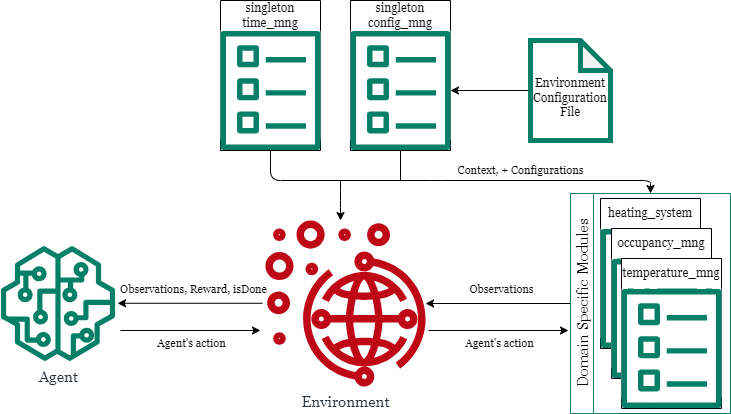
This is doc/class_diagram.png from fix1t/SmartTemp-RL, a draw.io export, as it was before one commit. Source tidied: cells renumbered, new cells last; positions are measured from the earlier drawing's top-left corner, leaving out a move shared by most shapes.
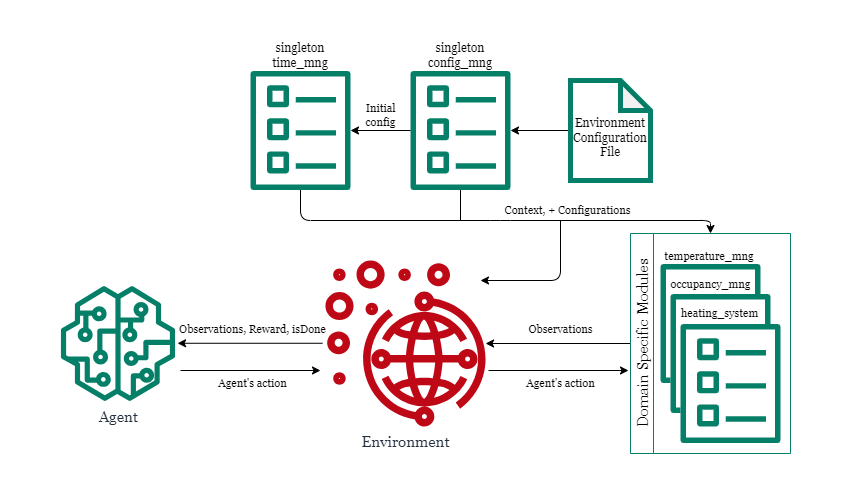
After the change.

What changed in the source:
```diff
@@ -2,16 +2,19 @@
   <root>
     <mxCell id="0" />
     <mxCell id="1" parent="0" />
+    <mxCell id="39" style="rounded=0;whiteSpace=wrap;html=1;labelBackgroundColor=none;fillStyle=solid;fontFamily=Georgia;fontSize=11;fillColor=default;strokeColor=none;" parent="1" vertex="1">
+      <mxGeometry x="-60" y="-40" width="850" height="480" as="geometry" />
+    </mxCell>
     <mxCell id="2" style="edgeStyle=none;html=1;fontFamily=Georgia;" parent="1" edge="1" source="3" target="24">
       <mxGeometry relative="1" as="geometry" />
     </mxCell>
     <mxCell id="3" value="&lt;br&gt;Environment Configuration&lt;br&gt;File" style="shape=note;whiteSpace=wrap;html=1;backgroundOutline=1;darkOpacity=0.05;strokeColor=#067f68;strokeWidth=5;fontFamily=Georgia;" parent="1" vertex="1">
-      <mxGeometry x="530" y="40" width="80" height="100" as="geometry" />
+      <mxGeometry x="510" y="40" width="80" height="100" as="geometry" />
     </mxCell>
-    <mxCell id="4" style="edgeStyle=none;html=1;fontColor=default;fontFamily=Georgia;" parent="1" edge="1" source="6" target="19">
+    <mxCell id="4" style="edgeStyle=none;html=1;fontColor=default;fontFamily=Georgia;labelBackgroundColor=none;" parent="1" edge="1" source="6" target="19">
       <mxGeometry relative="1" as="geometry" />
     </mxCell>
-    <mxCell id="5" value="Observations" style="edgeLabel;html=1;align=center;verticalAlign=middle;fontColor=default;fontFamily=Georgia;" parent="4" vertex="1">
+    <mxCell id="5" value="Observations" style="edgeLabel;html=1;align=center;verticalAlign=middle;fontColor=default;fontFamily=Georgia;labelBackgroundColor=none;" parent="4" vertex="1">
       <mxGeometry x="-0.22" y="1" relative="1" as="geometry">
         <mxPoint x="-13" y="-15" as="offset" />
       </mxGeometry>
@@ -19,49 +22,52 @@
     <mxCell id="6" value="Domain Specific Modules" style="swimlane;horizontal=0;whiteSpace=wrap;html=1;strokeColor=#067f68;fontFamily=Georgia;fontSize=15;fontStyle=0;" parent="1" vertex="1">
       <mxGeometry x="570" y="193" width="160" height="220" as="geometry" />
     </mxCell>
+    <mxCell id="40" style="group;" parent="6" vertex="1">
+      <mxGeometry x="30" y="10" width="120" height="200" as="geometry" />
+    </mxCell>
+    <mxCell id="15" value="&lt;span style=&quot;background-color: rgb(255, 255, 255);&quot;&gt;&lt;font style=&quot;font-size: 11px;&quot;&gt;temperature_mng&lt;/font&gt;&lt;/span&gt;" style="rounded=0;whiteSpace=wrap;html=1;labelBackgroundColor=none;fillStyle=solid;fillColor=none;fontSize=11;strokeColor=none;fontFamily=Georgia;" parent="40" vertex="1">
+      <mxGeometry width="98" height="25" as="geometry" />
+    </mxCell>
+    <mxCell id="41" style="rounded=0;whiteSpace=wrap;html=1;shadow=0;glass=0;fillStyle=solid;strokeColor=none;strokeWidth=10;fontColor=default;fillColor=default;gradientColor=none;fontFamily=Georgia;" parent="40" vertex="1">
+      <mxGeometry y="21.1" width="100" height="107.8" as="geometry" />
+    </mxCell>
+    <mxCell id="42" style="sketch=0;fontColor=#232F3E;gradientColor=none;fillColor=#067f68;strokeColor=default;dashed=0;verticalLabelPosition=bottom;verticalAlign=top;align=center;html=1;fontSize=12;fontStyle=0;shape=mxgraph.aws4.template;fontFamily=Georgia;" parent="40" vertex="1">
+      <mxGeometry y="20" width="100" height="120" as="geometry" />
+    </mxCell>
+    <mxCell id="43" style="rounded=0;whiteSpace=wrap;html=1;labelBackgroundColor=default;fillColor=default;fillStyle=solid;strokeColor=none;fontFamily=Georgia;" parent="40" vertex="1">
+      <mxGeometry x="10" y="30" width="80" height="100" as="geometry" />
+    </mxCell>
+    <mxCell id="11" value="&lt;span style=&quot;&quot;&gt;&lt;font style=&quot;font-size: 11px;&quot;&gt;occupancy_mng&lt;/font&gt;&lt;/span&gt;" style="rounded=0;whiteSpace=wrap;html=1;labelBackgroundColor=none;fillStyle=solid;fillColor=none;fontSize=11;strokeColor=none;fontFamily=Georgia;" parent="40" vertex="1">
+      <mxGeometry x="3" y="30" width="95" height="21.1" as="geometry" />
+    </mxCell>
+    <mxCell id="44" style="rounded=0;whiteSpace=wrap;html=1;shadow=0;glass=0;fillStyle=solid;strokeColor=none;strokeWidth=10;fontColor=default;fillColor=default;gradientColor=none;fontFamily=Georgia;" parent="40" vertex="1">
+      <mxGeometry x="10" y="51.1" width="100" height="107.8" as="geometry" />
+    </mxCell>
+    <mxCell id="45" style="sketch=0;fontColor=#232F3E;gradientColor=none;fillColor=#067f68;strokeColor=default;dashed=0;verticalLabelPosition=bottom;verticalAlign=top;align=center;html=1;fontSize=12;fontStyle=0;shape=mxgraph.aws4.template;fontFamily=Georgia;" parent="40" vertex="1">
+      <mxGeometry x="10" y="50" width="100" height="120" as="geometry" />
+    </mxCell>
+    <mxCell id="46" style="rounded=0;whiteSpace=wrap;html=1;labelBackgroundColor=default;fillColor=default;fillStyle=solid;strokeColor=none;fontFamily=Georgia;" parent="40" vertex="1">
+      <mxGeometry x="20" y="60" width="80" height="100" as="geometry" />
+    </mxCell>
-    <mxCell id="7" value="heating_system" style="swimlane;fontStyle=0;horizontal=1;startSize=30;whiteSpace=wrap;html=1;strokeColor=default;rounded=1;swimlaneLine=0;glass=0;shadow=0;arcSize=0;fontFamily=Georgia;" parent="6" vertex="1">
-      <mxGeometry x="30" y="5" width="100" height="150" as="geometry" />
+    <mxCell id="7" value="&lt;span style=&quot;&quot;&gt;&lt;font style=&quot;font-size: 11px;&quot;&gt;heating_system&lt;/font&gt;&lt;/span&gt;" style="rounded=0;whiteSpace=wrap;html=1;labelBackgroundColor=none;fillStyle=solid;fillColor=none;fontSize=11;strokeColor=none;fontFamily=Georgia;" parent="40" vertex="1">
+      <mxGeometry x="12.5" y="60" width="95" height="20" as="geometry" />
     </mxCell>
-    <mxCell id="8" style="group;fontFamily=Georgia;" parent="7" vertex="1">
-      <mxGeometry y="30" width="100" height="120" as="geometry" />
-    </mxCell>
-    <mxCell id="9" style="rounded=0;whiteSpace=wrap;html=1;shadow=0;glass=0;fillStyle=solid;strokeColor=none;strokeWidth=10;fontColor=default;fillColor=default;gradientColor=none;fontFamily=Georgia;" parent="8" vertex="1">
-      <mxGeometry y="1.1" width="100" height="107.8" as="geometry" />
-    </mxCell>
-    <mxCell id="10" style="sketch=0;fontColor=#232F3E;gradientColor=none;fillColor=#067f68;strokeColor=default;dashed=0;verticalLabelPosition=bottom;verticalAlign=top;align=center;html=1;fontSize=12;fontStyle=0;shape=mxgraph.aws4.template;fontFamily=Georgia;" parent="8" vertex="1">
-      <mxGeometry width="100" height="120" as="geometry" />
-    </mxCell>
-    <mxCell id="11" value="occupancy_mng" style="swimlane;fontStyle=0;horizontal=1;startSize=30;whiteSpace=wrap;html=1;strokeColor=default;rounded=1;swimlaneLine=0;glass=0;shadow=0;arcSize=0;fontFamily=Georgia;" parent="6" vertex="1">
-      <mxGeometry x="41" y="35" width="100" height="150" as="geometry" />
-    </mxCell>
-    <mxCell id="12" style="group;fontFamily=Georgia;" parent="11" vertex="1">
-      <mxGeometry y="30" width="100" height="120" as="geometry" />
-    </mxCell>
-    <mxCell id="13" style="rounded=0;whiteSpace=wrap;html=1;shadow=0;glass=0;fillStyle=solid;strokeColor=none;strokeWidth=10;fontColor=default;fillColor=default;gradientColor=none;fontFamily=Georgia;" parent="12" vertex="1">
-      <mxGeometry y="1.1" width="100" height="107.8" as="geometry" />
-    </mxCell>
-    <mxCell id="14" style="sketch=0;fontColor=#232F3E;gradientColor=none;fillColor=#067f68;strokeColor=default;dashed=0;verticalLabelPosition=bottom;verticalAlign=top;align=center;html=1;fontSize=12;fontStyle=0;shape=mxgraph.aws4.template;fontFamily=Georgia;" parent="12" vertex="1">
-      <mxGeometry width="100" height="120" as="geometry" />
-    </mxCell>
-    <mxCell id="15" value="temperature_mng" style="swimlane;fontStyle=0;horizontal=1;startSize=30;whiteSpace=wrap;html=1;strokeColor=default;rounded=1;swimlaneLine=0;glass=0;shadow=0;arcSize=0;fontFamily=Georgia;" parent="6" vertex="1">
-      <mxGeometry x="51" y="65" width="100" height="150" as="geometry" />
-    </mxCell>
-    <mxCell id="16" style="group;fontFamily=Georgia;" parent="15" vertex="1">
-      <mxGeometry y="30" width="100" height="120" as="geometry" />
-    </mxCell>
-    <mxCell id="17" style="rounded=0;whiteSpace=wrap;html=1;shadow=0;glass=0;fillStyle=solid;strokeColor=none;strokeWidth=10;fontColor=default;fillColor=default;gradientColor=none;fontFamily=Georgia;" parent="16" vertex="1">
-      <mxGeometry y="1.1" width="100" height="107.8" as="geometry" />
-    </mxCell>
-    <mxCell id="18" style="sketch=0;fontColor=#232F3E;gradientColor=none;fillColor=#067f68;strokeColor=default;dashed=0;verticalLabelPosition=bottom;verticalAlign=top;align=center;html=1;fontSize=12;fontStyle=0;shape=mxgraph.aws4.template;fontFamily=Georgia;" parent="16" vertex="1">
-      <mxGeometry width="100" height="120" as="geometry" />
-    </mxCell>
+    <mxCell id="47" style="rounded=0;whiteSpace=wrap;html=1;labelBackgroundColor=default;fillColor=default;fillStyle=solid;strokeColor=none;fontFamily=Georgia;" parent="40" vertex="1">
+      <mxGeometry x="30" y="90" width="80" height="100" as="geometry" />
+    </mxCell>
+    <mxCell id="48" style="rounded=0;whiteSpace=wrap;html=1;shadow=0;glass=0;fillStyle=solid;strokeColor=none;strokeWidth=10;fontColor=default;fillColor=default;gradientColor=none;fontFamily=Georgia;" parent="40" vertex="1">
+      <mxGeometry x="20" y="81.1" width="100" height="107.8" as="geometry" />
+    </mxCell>
+    <mxCell id="49" style="sketch=0;fontColor=#232F3E;gradientColor=none;fillColor=#067f68;strokeColor=default;dashed=0;verticalLabelPosition=bottom;verticalAlign=top;align=center;html=1;fontSize=12;fontStyle=0;shape=mxgraph.aws4.template;fontFamily=Georgia;" parent="40" vertex="1">
+      <mxGeometry x="20" y="80" width="100" height="120" as="geometry" />
+    </mxCell>
     <mxCell id="19" value="Environment" style="sketch=0;outlineConnect=0;fontColor=#232F3E;gradientColor=none;fillColor=#BF0816;strokeColor=none;dashed=0;verticalLabelPosition=bottom;verticalAlign=top;align=center;html=1;fontSize=15;fontStyle=0;shape=mxgraph.aws4.fleet_management;fontFamily=Georgia;" parent="1" vertex="1">
       <mxGeometry x="262" y="220" width="166" height="166" as="geometry" />
     </mxCell>
     <mxCell id="20" value="Agent" style="sketch=0;fontColor=#232F3E;gradientColor=none;fillColor=#067F68;strokeColor=none;dashed=0;verticalLabelPosition=bottom;verticalAlign=top;align=center;html=1;fontSize=15;fontStyle=0;shape=mxgraph.aws4.sagemaker_model;fontFamily=Georgia;" parent="1" vertex="1">
       <mxGeometry y="245.5" width="115" height="115" as="geometry" />
     </mxCell>
-    <mxCell id="21" value="singleton&lt;br&gt;config_mng" style="swimlane;fontStyle=0;horizontal=1;startSize=30;whiteSpace=wrap;html=1;strokeColor=default;rounded=1;swimlaneLine=0;glass=0;shadow=0;arcSize=0;fontFamily=Georgia;" parent="1" vertex="1">
+    <mxCell id="21" value="singleton&lt;br&gt;config_mng" style="swimlane;fontStyle=0;horizontal=1;startSize=30;whiteSpace=wrap;html=1;strokeColor=default;rounded=1;swimlaneLine=0;glass=0;shadow=0;arcSize=0;fontFamily=Georgia;opacity=0;" parent="1" vertex="1">
       <mxGeometry x="350" width="100" height="150" as="geometry" />
     </mxCell>
     <mxCell id="22" style="group;fontFamily=Georgia;" parent="21" vertex="1">
@@ -73,28 +79,16 @@
     <mxCell id="24" style="sketch=0;outlineConnect=0;fontColor=#232F3E;gradientColor=none;fillColor=#067f68;strokeColor=default;dashed=0;verticalLabelPosition=bottom;verticalAlign=top;align=center;html=1;fontSize=12;fontStyle=0;shape=mxgraph.aws4.template;fontFamily=Georgia;" parent="22" vertex="1">
       <mxGeometry width="100" height="120" as="geometry" />
     </mxCell>
-    <mxCell id="25" value="singleton time_mng" style="swimlane;fontStyle=0;horizontal=1;startSize=30;whiteSpace=wrap;html=1;strokeColor=default;rounded=1;swimlaneLine=0;glass=0;shadow=0;arcSize=0;fontFamily=Georgia;" parent="1" vertex="1">
-      <mxGeometry x="220" width="100" height="150" as="geometry" />
-    </mxCell>
-    <mxCell id="26" style="group;fontFamily=Georgia;" parent="25" vertex="1">
-      <mxGeometry y="30" width="100" height="120" as="geometry" />
-    </mxCell>
-    <mxCell id="27" style="rounded=0;whiteSpace=wrap;html=1;shadow=0;glass=0;fillStyle=solid;strokeColor=none;strokeWidth=10;fontColor=default;fillColor=default;gradientColor=none;fontFamily=Georgia;" parent="26" vertex="1">
-      <mxGeometry y="1.1" width="100" height="107.8" as="geometry" />
-    </mxCell>
-    <mxCell id="28" style="sketch=0;outlineConnect=0;fontColor=#232F3E;gradientColor=none;fillColor=#067f68;strokeColor=default;dashed=0;verticalLabelPosition=bottom;verticalAlign=top;align=center;html=1;fontSize=12;fontStyle=0;shape=mxgraph.aws4.template;fontFamily=Georgia;" parent="26" vertex="1">
-      <mxGeometry width="100" height="120" as="geometry" />
-    </mxCell>
     <mxCell id="29" style="edgeStyle=none;html=1;fontColor=default;fontFamily=Georgia;" parent="1" edge="1" source="28" target="6">
       <mxGeometry relative="1" as="geometry">
         <Array as="points">
-          <mxPoint x="270" y="180" />
+          <mxPoint x="240" y="180" />
           <mxPoint x="440" y="180" />
           <mxPoint x="650" y="180" />
         </Array>
       </mxGeometry>
     </mxCell>
-    <mxCell id="30" value="Context, + Configurations" style="edgeLabel;html=1;align=center;verticalAlign=middle;fontColor=default;fontFamily=Georgia;" parent="29" vertex="1">
+    <mxCell id="30" value="Context, + Configurations" style="edgeLabel;html=1;align=center;verticalAlign=middle;fontColor=default;fontFamily=Georgia;labelBackgroundColor=none;" parent="29" vertex="1">
       <mxGeometry x="0.11" y="1" relative="1" as="geometry">
         <mxPoint x="45" y="-9" as="offset" />
       </mxGeometry>
@@ -104,7 +98,7 @@
         <mxPoint x="400" y="180" as="targetPoint" />
       </mxGeometry>
     </mxCell>
-    <mxCell id="32" style="edgeStyle=none;html=1;fontColor=default;fontFamily=Georgia;" parent="1" edge="1">
+    <mxCell id="32" style="edgeStyle=none;html=1;fontColor=default;fontFamily=Georgia;labelBackgroundColor=none;" parent="1" edge="1">
       <mxGeometry relative="1" as="geometry">
         <mxPoint x="262" y="302.8" as="sourcePoint" />
         <mxPoint x="117.1" y="302.8" as="targetPoint" />
@@ -115,36 +109,56 @@
         <mxPoint x="-13" y="-15" as="offset" />
       </mxGeometry>
     </mxCell>
-    <mxCell id="34" style="edgeStyle=none;html=1;fontColor=default;fontFamily=Georgia;" parent="1" edge="1">
+    <mxCell id="34" style="edgeStyle=none;html=1;fontColor=default;fontFamily=Georgia;labelBackgroundColor=none;" parent="1" edge="1">
       <mxGeometry relative="1" as="geometry">
         <mxPoint x="120" y="330" as="sourcePoint" />
         <mxPoint x="260" y="330" as="targetPoint" />
       </mxGeometry>
     </mxCell>
-    <mxCell id="35" value="Agent's action" style="edgeLabel;html=1;align=center;verticalAlign=middle;fontColor=default;fontFamily=Georgia;" parent="34" vertex="1">
+    <mxCell id="35" value="Agent's action" style="edgeLabel;html=1;align=center;verticalAlign=middle;fontColor=default;fontFamily=Georgia;labelBackgroundColor=none;" parent="34" vertex="1">
       <mxGeometry x="-0.31" y="3" relative="1" as="geometry">
         <mxPoint x="23" y="16" as="offset" />
       </mxGeometry>
     </mxCell>
-    <mxCell id="36" style="edgeStyle=none;html=1;fontColor=default;fontFamily=Georgia;" parent="1" edge="1">
+    <mxCell id="36" style="edgeStyle=none;html=1;fontColor=default;fontFamily=Georgia;labelBackgroundColor=none;" parent="1" edge="1">
       <mxGeometry relative="1" as="geometry">
         <mxPoint x="428" y="330" as="sourcePoint" />
         <mxPoint x="568" y="330" as="targetPoint" />
       </mxGeometry>
     </mxCell>
-    <mxCell id="37" value="Agent's action" style="edgeLabel;html=1;align=center;verticalAlign=middle;fontColor=default;fontFamily=Georgia;" parent="36" vertex="1">
+    <mxCell id="37" value="Agent's action" style="edgeLabel;html=1;align=center;verticalAlign=middle;fontColor=default;fontFamily=Georgia;labelBackgroundColor=none;" parent="36" vertex="1">
       <mxGeometry x="-0.31" y="3" relative="1" as="geometry">
         <mxPoint x="23" y="16" as="offset" />
       </mxGeometry>
     </mxCell>
     <mxCell id="38" style="edgeStyle=none;html=1;fontColor=default;fontFamily=Georgia;" parent="1" edge="1">
       <mxGeometry relative="1" as="geometry">
-        <mxPoint x="340" y="180" as="sourcePoint" />
-        <mxPoint x="340" y="220" as="targetPoint" />
+        <mxPoint x="500" y="180" as="sourcePoint" />
+        <mxPoint x="420" y="240" as="targetPoint" />
         <Array as="points">
-          <mxPoint x="340" y="200" />
+          <mxPoint x="500" y="240" />
         </Array>
       </mxGeometry>
     </mxCell>
+    <mxCell id="25" value="singleton time_mng" style="swimlane;fontStyle=0;horizontal=1;startSize=30;whiteSpace=wrap;html=1;strokeColor=default;rounded=1;swimlaneLine=0;glass=0;shadow=0;arcSize=0;fontFamily=Georgia;spacing=0;spacingBottom=0;verticalAlign=middle;perimeterSpacing=0;opacity=0;" parent="1" vertex="1">
+      <mxGeometry x="190" width="100" height="150" as="geometry" />
+    </mxCell>
+    <mxCell id="26" style="group;fontFamily=Georgia;" parent="25" vertex="1">
+      <mxGeometry y="30" width="100" height="120" as="geometry" />
+    </mxCell>
+    <mxCell id="27" style="rounded=0;whiteSpace=wrap;html=1;shadow=0;glass=0;fillStyle=solid;strokeColor=none;strokeWidth=10;fontColor=default;fillColor=default;gradientColor=none;fontFamily=Georgia;" parent="26" vertex="1">
+      <mxGeometry y="1.1" width="100" height="107.8" as="geometry" />
+    </mxCell>
+    <mxCell id="28" style="sketch=0;outlineConnect=0;fontColor=#232F3E;gradientColor=none;fillColor=#067f68;strokeColor=default;dashed=0;verticalLabelPosition=bottom;verticalAlign=top;align=center;html=1;fontSize=12;fontStyle=0;shape=mxgraph.aws4.template;fontFamily=Georgia;" parent="26" vertex="1">
+      <mxGeometry width="100" height="120" as="geometry" />
+    </mxCell>
+    <mxCell id="50" style="edgeStyle=none;html=1;labelBackgroundColor=none;fontSize=11;fontFamily=Georgia;" parent="1" edge="1" source="24" target="28">
+      <mxGeometry relative="1" as="geometry" />
+    </mxCell>
+    <mxCell id="51" value="Initial&lt;br&gt;config" style="edgeLabel;html=1;align=center;verticalAlign=middle;fontSize=11;labelBackgroundColor=none;fontFamily=Georgia;" parent="50" vertex="1">
+      <mxGeometry x="0.32" y="2" relative="1" as="geometry">
+        <mxPoint x="9" y="-17" as="offset" />
+      </mxGeometry>
+    </mxCell>
   </root>
 </mxGraphModel>
```
